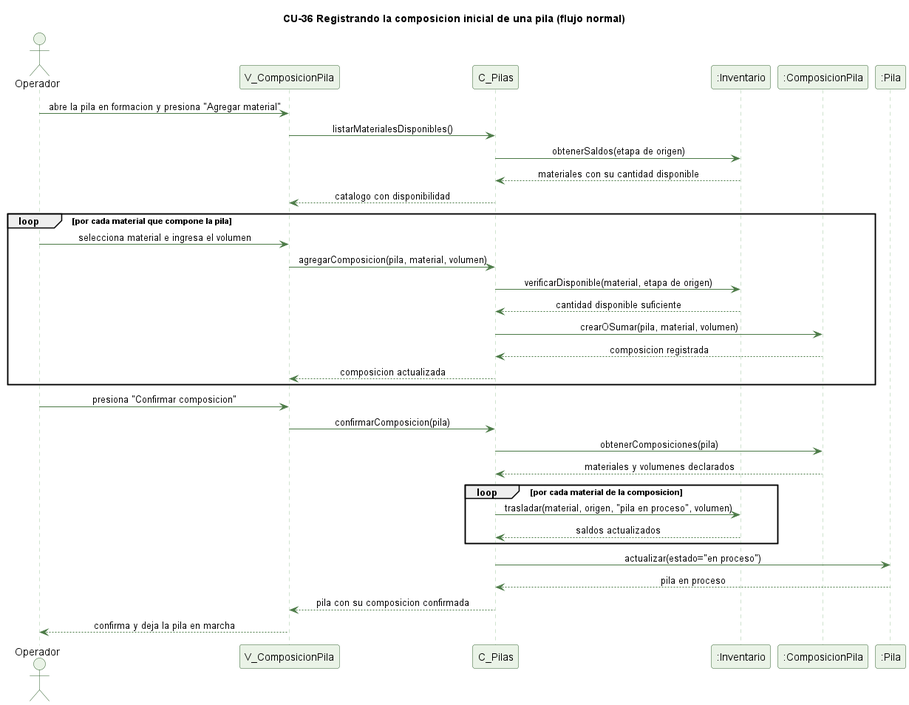
The PlantUML diagram docs/trabajo-grupal/diagramas/secuencias/cu36-composicion-pila-normal.png in kenjikaese/Triverde, before a commit. Its diagram source:
```plantuml
@startuml cu36-composicion-pila-normal
skinparam backgroundColor #FFFFFF
skinparam shadowing false
skinparam defaultFontName Helvetica
skinparam sequenceMessageAlign center
skinparam ParticipantBackgroundColor #EAF3E7
skinparam ParticipantBorderColor #2E5E2A
skinparam ActorBackgroundColor #EAF3E7
skinparam ActorBorderColor #2E5E2A
skinparam sequenceLifeLineBorderColor #9CC49A
skinparam ArrowColor #4B7A46

title CU-36 Registrando la composicion inicial de una pila (flujo normal)

actor Operador
participant "V_ComposicionPila" as V
participant "C_Pilas" as C
participant ":Inventario" as I
participant ":ComposicionPila" as CP
participant ":Pila" as P

Operador -> V : abre la pila en formacion y presiona "Agregar material"
V -> C : listarMaterialesDisponibles()
C -> I : obtenerSaldos(etapa de origen)
I --> C : materiales con su cantidad disponible
C --> V : catalogo con disponibilidad
loop por cada material que compone la pila
  Operador -> V : selecciona material e ingresa el volumen
  V -> C : agregarComposicion(pila, material, volumen)
  C -> I : verificarDisponible(material, etapa de origen)
  I --> C : cantidad disponible suficiente
  C -> CP : crearOSumar(pila, material, volumen)
  CP --> C : composicion registrada
  C --> V : composicion actualizada
end
Operador -> V : presiona "Confirmar composicion"
V -> C : confirmarComposicion(pila)
C -> CP : obtenerComposiciones(pila)
CP --> C : materiales y volumenes declarados
loop por cada material de la composicion
  C -> I : trasladar(material, origen, "pila en proceso", volumen)
  I --> C : saldos actualizados
end
C -> P : actualizar(estado="en proceso")
P --> C : pila en proceso
C --> V : pila con su composicion confirmada
V --> Operador : confirma y deja la pila en marcha

@enduml
```
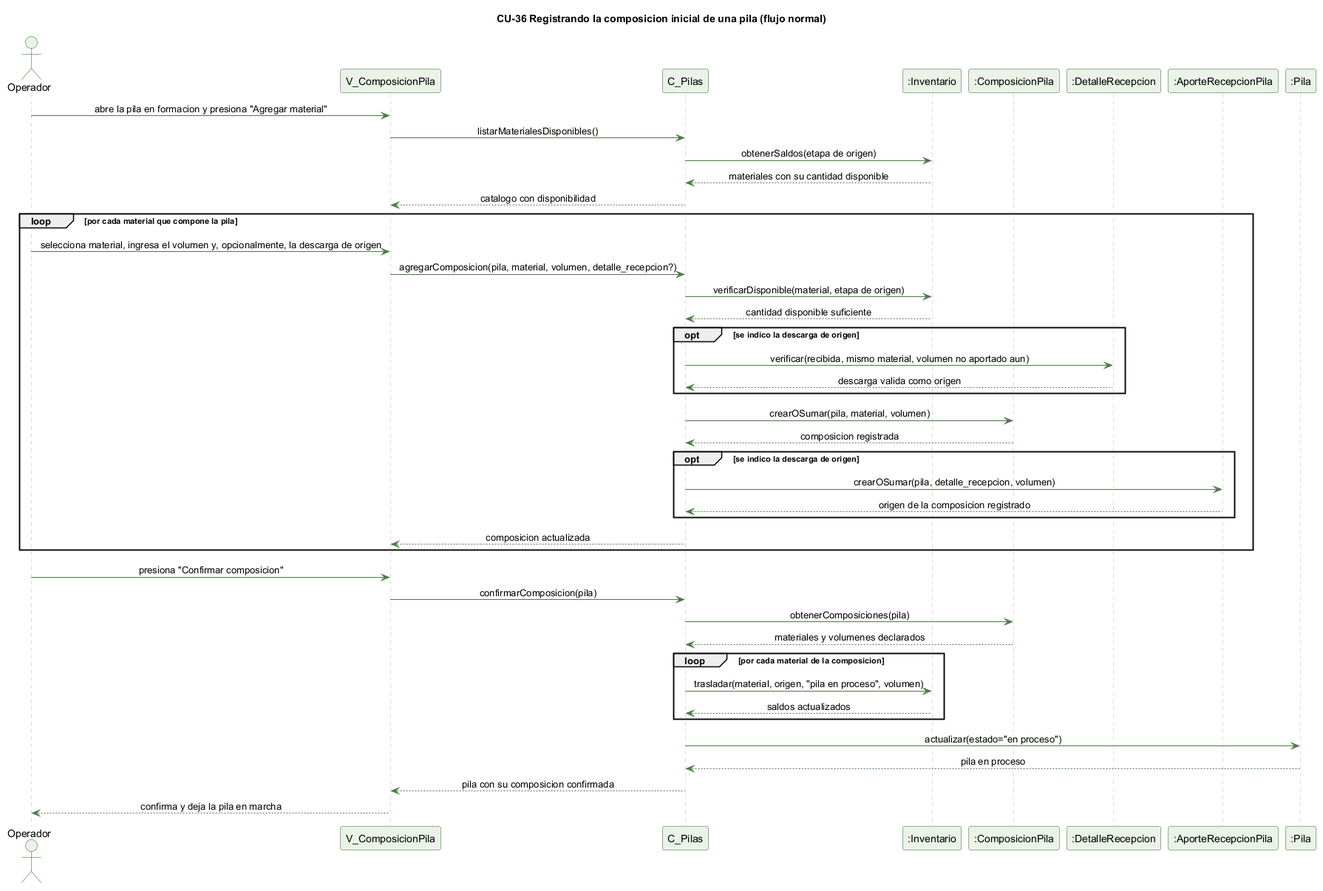
Above is the later version.

The edit, as a diff of the source:
```diff
@@ -17,6 +17,8 @@
 participant "C_Pilas" as C
 participant ":Inventario" as I
 participant ":ComposicionPila" as CP
+participant ":DetalleRecepcion" as DR
+participant ":AporteRecepcionPila" as AR
 participant ":Pila" as P
 
 Operador -> V : abre la pila en formacion y presiona "Agregar material"
@@ -25,12 +27,20 @@
 I --> C : materiales con su cantidad disponible
 C --> V : catalogo con disponibilidad
 loop por cada material que compone la pila
-  Operador -> V : selecciona material e ingresa el volumen
-  V -> C : agregarComposicion(pila, material, volumen)
+  Operador -> V : selecciona material, ingresa el volumen y, opcionalmente, la descarga de origen
+  V -> C : agregarComposicion(pila, material, volumen, detalle_recepcion?)
   C -> I : verificarDisponible(material, etapa de origen)
   I --> C : cantidad disponible suficiente
+  opt se indico la descarga de origen
+    C -> DR : verificar(recibida, mismo material, volumen no aportado aun)
+    DR --> C : descarga valida como origen
+  end
   C -> CP : crearOSumar(pila, material, volumen)
   CP --> C : composicion registrada
+  opt se indico la descarga de origen
+    C -> AR : crearOSumar(pila, detalle_recepcion, volumen)
+    AR --> C : origen de la composicion registrado
+  end
   C --> V : composicion actualizada
 end
 Operador -> V : presiona "Confirmar composicion"
```
